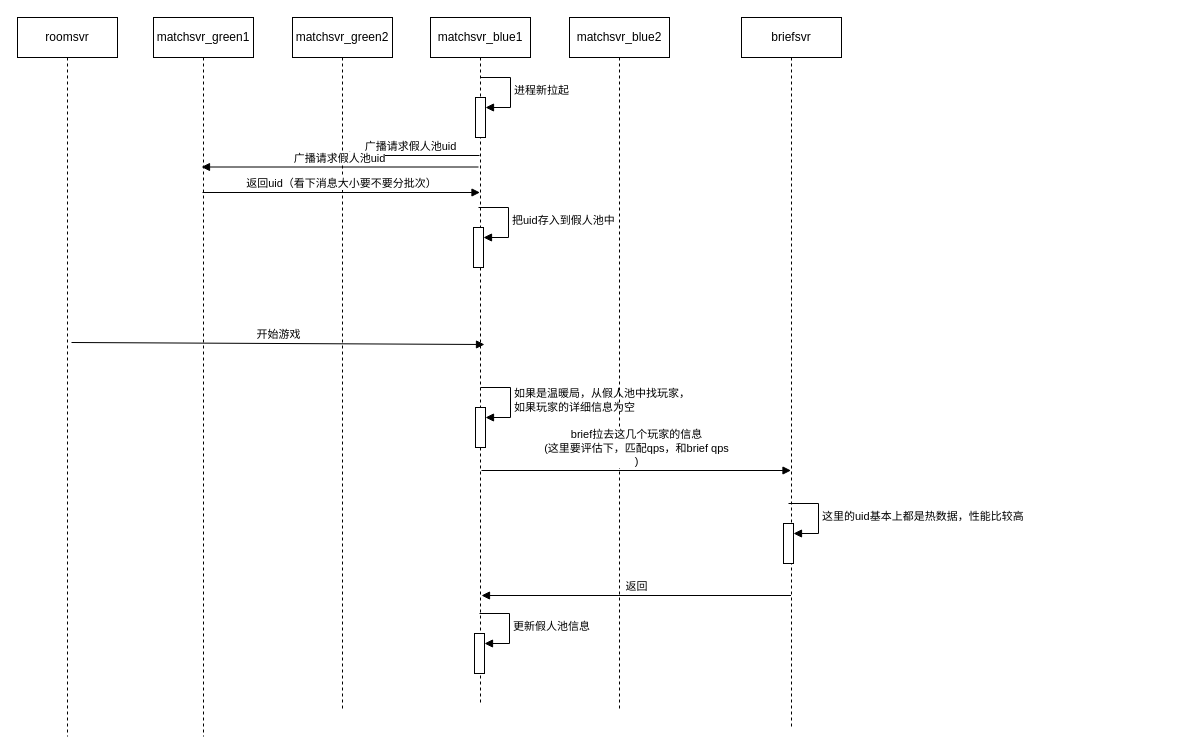
Memoryss/NISHIKI keeps this draw.io diagram as page "matchsvr假人池，支持更新" (27 of 27) of NISHIKI架构.drawio. Above is the earlier version. Source tidied: cells renumbered, new cells numbered last; positions are measured from the earlier drawing's top-left corner, leaving out a move shared by most shapes. Both pictures are drawn from the tidied source at 100%, with x=0, y=0 at pixel (17, 17).
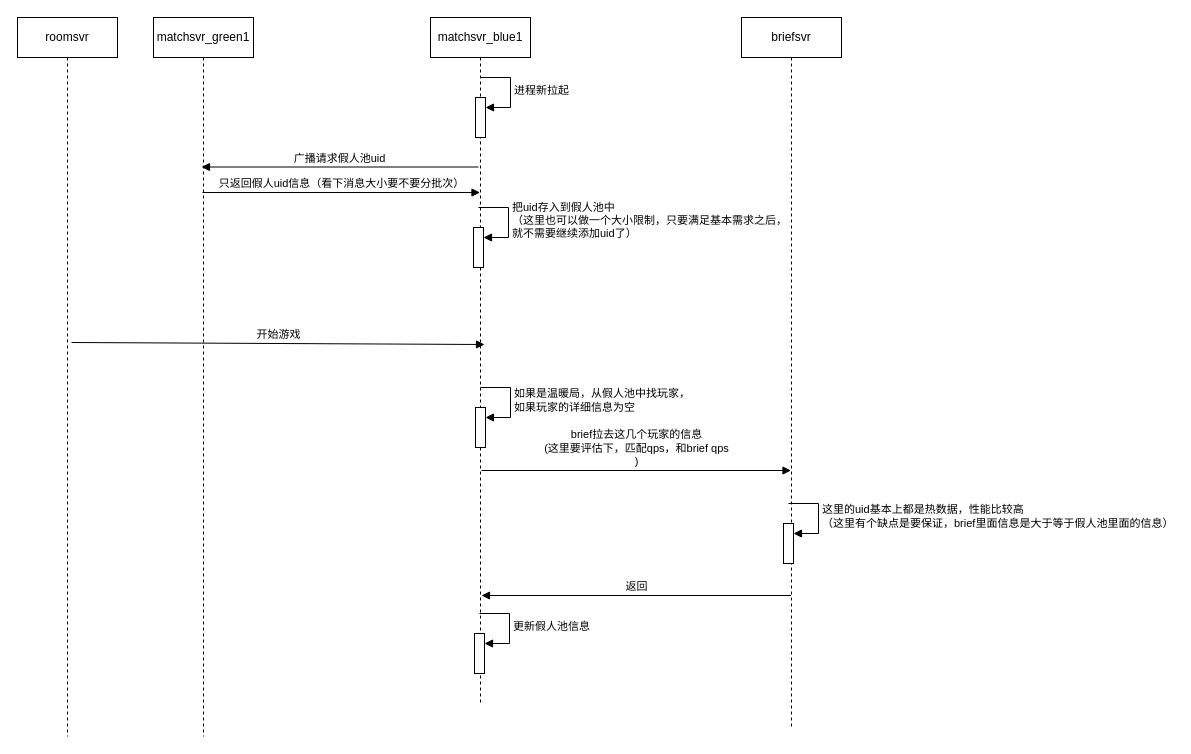
The same diagram, later.

The change refers to these unchanged cells:
```xml
<mxCell id="4" value="matchsvr_blue1" style="shape=umlLifeline;perimeter=lifelinePerimeter;whiteSpace=wrap;html=1;outlineConnect=0;portConstraint=eastwest;newEdgeStyle={&quot;curved&quot;:0,&quot;rounded&quot;:0};" parent="1" vertex="1">
  <mxGeometry x="413" width="100" height="685" as="geometry" />
</mxCell>
<mxCell id="7" style="html=1;points=[[0,0,0,0,5],[0,1,0,0,-5],[1,0,0,0,5],[1,1,0,0,-5]];perimeter=orthogonalPerimeter;outlineConnect=0;targetShapes=umlLifeline;portConstraint=eastwest;newEdgeStyle={&quot;curved&quot;:0,&quot;rounded&quot;:0};" parent="4" vertex="1">
  <mxGeometry x="43" y="210" width="10" height="40" as="geometry" />
</mxCell>
<mxCell id="17" value="briefsvr" style="shape=umlLifeline;perimeter=lifelinePerimeter;whiteSpace=wrap;html=1;outlineConnect=0;portConstraint=eastwest;newEdgeStyle={&quot;curved&quot;:0,&quot;rounded&quot;:0};" parent="1" vertex="1">
  <mxGeometry x="724" width="100" height="711" as="geometry" />
</mxCell>
<mxCell id="18" style="html=1;points=[[0,0,0,0,5],[0,1,0,0,-5],[1,0,0,0,5],[1,1,0,0,-5]];perimeter=orthogonalPerimeter;outlineConnect=0;targetShapes=umlLifeline;portConstraint=eastwest;newEdgeStyle={&quot;curved&quot;:0,&quot;rounded&quot;:0};" parent="17" vertex="1">
  <mxGeometry x="42" y="506" width="10" height="40" as="geometry" />
</mxCell>
```

What changed in the source:
```diff
@@
-    <mxCell id="3" value="matchsvr_green2" style="shape=umlLifeline;perimeter=lifelinePerimeter;whiteSpace=wrap;html=1;outlineConnect=0;portConstraint=eastwest;newEdgeStyle={&quot;curved&quot;:0,&quot;rounded&quot;:0};" parent="1" vertex="1">
-      <mxGeometry x="275" width="100" height="692" as="geometry" />
-    </mxCell>
@@
-    <mxCell id="8" value="把uid存入到假人池中" style="html=1;align=left;spacingLeft=2;endArrow=block;rounded=0;edgeStyle=orthogonalEdgeStyle;curved=0;rounded=0;" parent="4" edge="1" target="7">
+    <mxCell id="8" value="把uid存入到假人池中&lt;br&gt;（这里也可以做一个大小限制，只要满足基本需求之后，&lt;br&gt;就不需要继续添加uid了）" style="html=1;align=left;spacingLeft=2;endArrow=block;rounded=0;edgeStyle=orthogonalEdgeStyle;curved=0;rounded=0;" parent="4" edge="1" target="7">
       <mxGeometry relative="1" as="geometry">
         <mxPoint x="48" y="190" as="sourcePoint" />
         <Array as="points">
           <mxPoint x="78" y="220" />
         </Array>
       </mxGeometry>
     </mxCell>
@@
-    <mxCell id="13" value="matchsvr_blue2" style="shape=umlLifeline;perimeter=lifelinePerimeter;whiteSpace=wrap;html=1;newEdgeStyle={&quot;curved&quot;:0,&quot;rounded&quot;:0};" parent="1" vertex="1">
-      <mxGeometry x="552" width="100" height="693" as="geometry" />
-    </mxCell>
-    <mxCell id="14" value="广播请求假人池uid" style="html=1;verticalAlign=bottom;endArrow=block;curved=0;rounded=0;" parent="1" edge="1" target="3">
-      <mxGeometry relative="1" as="geometry">
-        <mxPoint x="462" y="138" as="sourcePoint" />
-      </mxGeometry>
-    </mxCell>
@@
-    <mxCell id="16" value="返回uid（看下消息大小要不要分批次）" style="html=1;verticalAlign=bottom;endArrow=block;curved=0;rounded=0;" parent="1" edge="1" target="4">
+    <mxCell id="16" value="只返回假人uid信息（看下消息大小要不要分批次）" style="html=1;verticalAlign=bottom;endArrow=block;curved=0;rounded=0;" parent="1" edge="1" target="4">
       <mxGeometry relative="1" as="geometry">
         <mxPoint x="185" y="175" as="sourcePoint" />
       </mxGeometry>
     </mxCell>
@@
-    <mxCell id="19" value="这里的uid基本上都是热数据，性能比较高" style="html=1;align=left;spacingLeft=2;endArrow=block;rounded=0;edgeStyle=orthogonalEdgeStyle;curved=0;rounded=0;" parent="17" edge="1" target="18">
-      <mxGeometry relative="1" as="geometry">
+    <mxCell id="19" value="这里的uid基本上都是热数据，性能比较高&lt;br&gt;（这里有个缺点是要保证，brief里面信息是大于等于假人池里面的信息）" style="html=1;align=left;spacingLeft=2;endArrow=block;rounded=0;edgeStyle=orthogonalEdgeStyle;curved=0;rounded=0;" parent="17" edge="1" target="18">
+      <mxGeometry x="0.01" relative="1" as="geometry">
         <mxPoint x="47" y="486" as="sourcePoint" />
         <Array as="points">
           <mxPoint x="77" y="516" />
         </Array>
       </mxGeometry>
     </mxCell>
```
